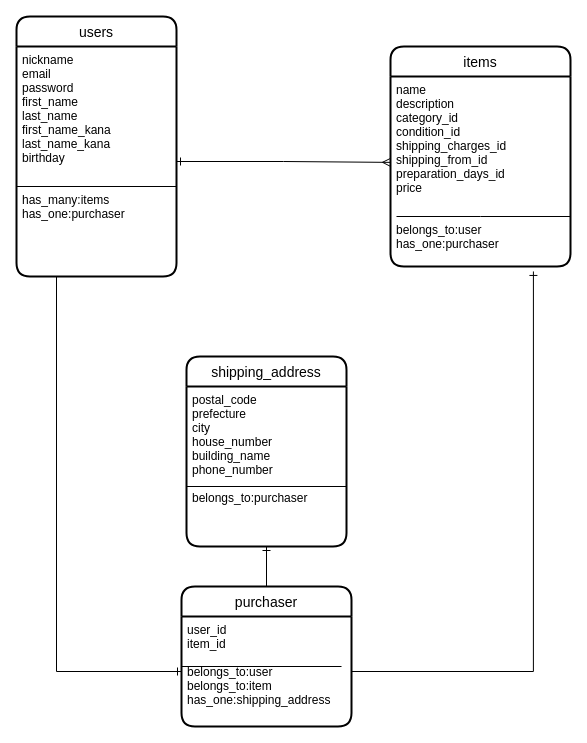
The draw.io diagram furima.dio in ryo1997/furima-29800, before the edit. Source tidied: cells renumbered, new cells numbered last; positions are measured from the earlier drawing's top-left corner, leaving out a move shared by most shapes. Both pictures are drawn from the tidied source at 100%, with x=0, y=0 at pixel (16, 16).
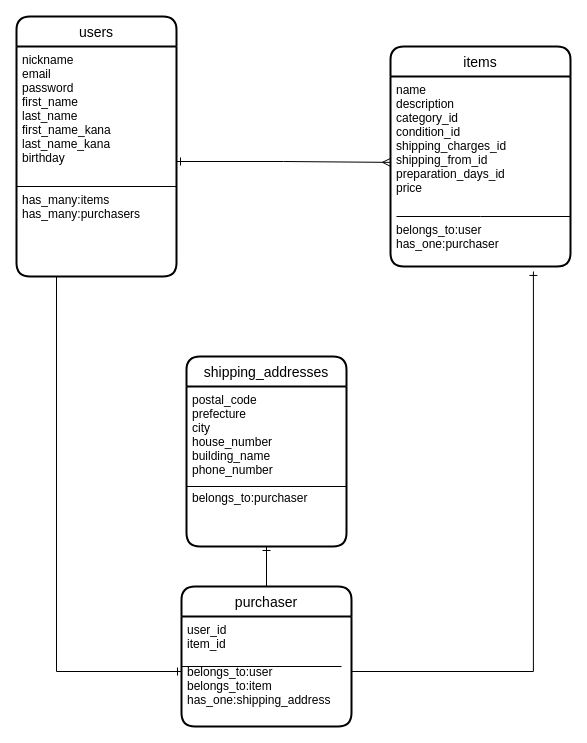
The same page after the edit.

Commit message (it also covers changes not shown here):
テーブル名複数形に変更

Unchanged cells that the change refers to:
```xml
<mxCell id="2" value="users" style="swimlane;horizontal=1;startSize=30;rounded=1;fontSize=14;fontStyle=0;strokeWidth=2;shadow=0;dashed=0;align=center;" parent="1" vertex="1">
  <mxGeometry width="160" height="260" as="geometry" />
</mxCell>
```

Change to the diagram source:
```diff
@@
-    <mxCell id="3" value="nickname&#10;email&#10;password&#10;first_name&#10;last_name&#10;first_name_kana&#10;last_name_kana&#10;birthday&#10;&#10;&#10;has_many:items&#10;has_one:purchaser&#10;" style="align=left;strokeColor=none;fillColor=none;spacingLeft=4;fontSize=12;verticalAlign=top;" parent="2" vertex="1">
+    <mxCell id="3" value="nickname&#10;email&#10;password&#10;first_name&#10;last_name&#10;first_name_kana&#10;last_name_kana&#10;birthday&#10;&#10;&#10;has_many:items&#10;has_many:purchasers&#10;" style="align=left;strokeColor=none;fillColor=none;spacingLeft=4;fontSize=12;verticalAlign=top;" parent="2" vertex="1">
       <mxGeometry y="30" width="160" height="230" as="geometry" />
     </mxCell>
@@
-    <mxCell id="7" value="shipping_address" style="swimlane;horizontal=1;startSize=30;rounded=1;fontSize=14;fontStyle=0;strokeWidth=2;shadow=0;dashed=0;align=center;" parent="1" vertex="1">
+    <mxCell id="7" value="shipping_addresses" style="swimlane;horizontal=1;startSize=30;rounded=1;fontSize=14;fontStyle=0;strokeWidth=2;shadow=0;dashed=0;align=center;" parent="1" vertex="1">
       <mxGeometry x="170" y="340" width="160" height="190" as="geometry" />
     </mxCell>
```
